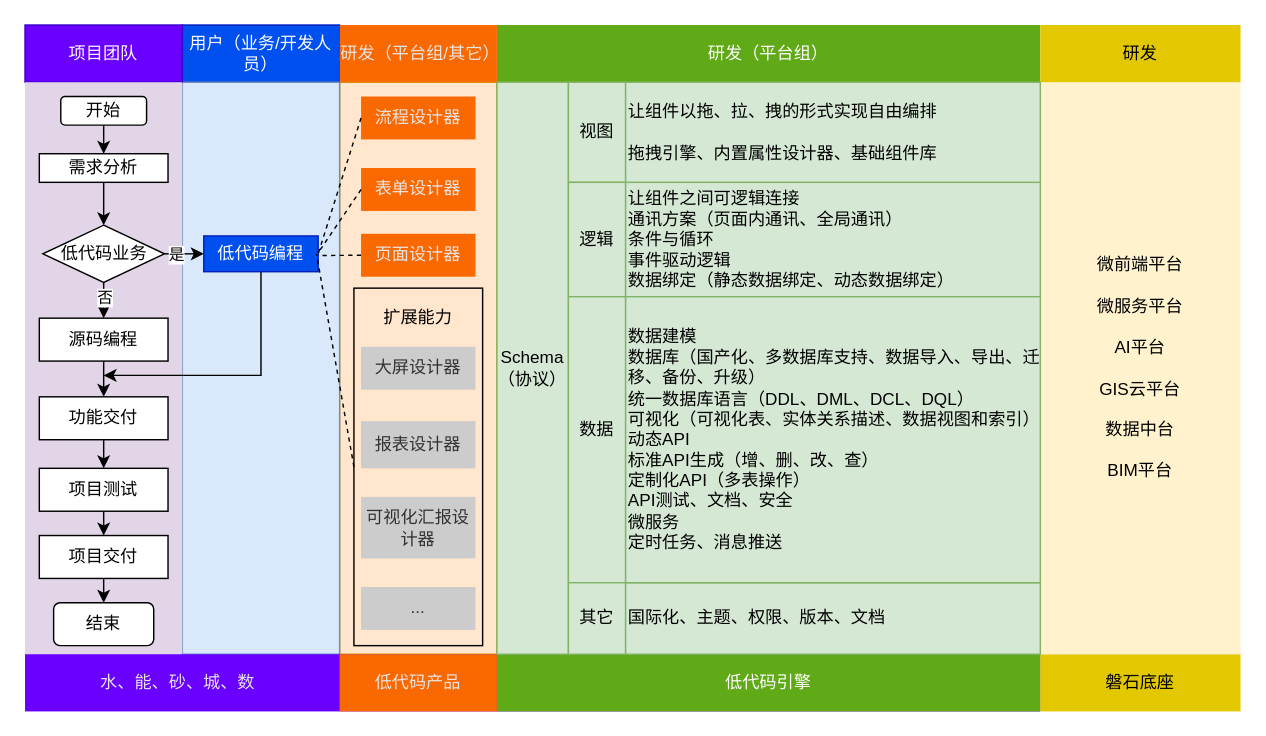
This is 低代码——泳道图.drawio from tangyaosimida/love, a draw.io file, before an edit. Source tidied: cells renumbered, new cells numbered last; positions are measured from the earlier drawing's top-left corner, leaving out a move shared by most shapes. Both pictures are drawn from the tidied source at 143%, with x=0, y=0 at pixel (24, 24).
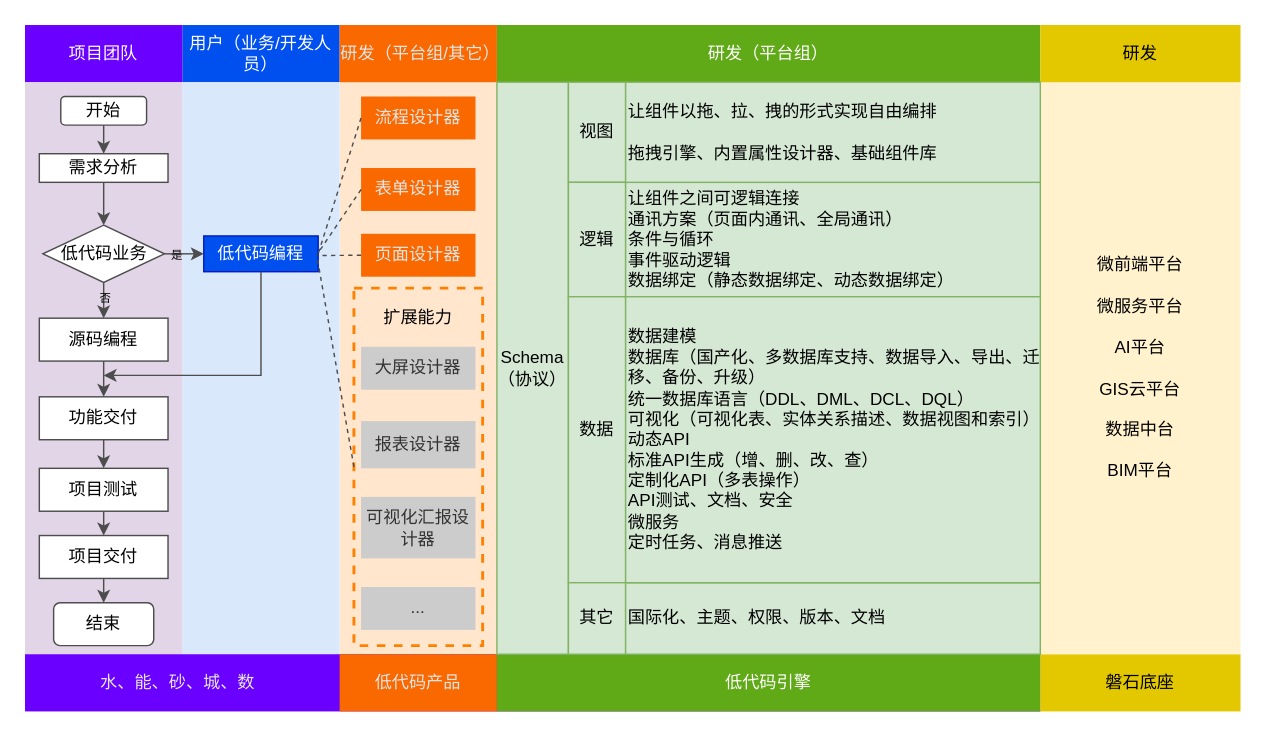
Above is the later version.

Commit message:
更新低代码——泳道图.drawio

The change refers to these unchanged cells:
```xml
<mxCell id="26" value="低代码编程" style="rounded=0;whiteSpace=wrap;html=1;fillColor=#0050ef;fontColor=#ffffff;strokeColor=#001DBC;" parent="1" vertex="1">
  <mxGeometry x="125" y="147.5" width="80" height="25" as="geometry" />
</mxCell>
<mxCell id="30" value="流程设计器" style="rounded=0;whiteSpace=wrap;html=1;fillColor=#fa6800;fontColor=#E6E6E6;strokeColor=none;" parent="1" vertex="1">
  <mxGeometry x="235" y="50" width="80" height="30" as="geometry" />
</mxCell>
<mxCell id="31" value="表单设计器" style="rounded=0;whiteSpace=wrap;html=1;fillColor=#fa6800;fontColor=#E6E6E6;strokeColor=none;" parent="1" vertex="1">
  <mxGeometry x="235" y="100" width="80" height="30" as="geometry" />
</mxCell>
<mxCell id="32" value="页面设计器" style="rounded=0;whiteSpace=wrap;html=1;fillColor=#fa6800;fontColor=#E6E6E6;strokeColor=none;" parent="1" vertex="1">
  <mxGeometry x="235" y="146" width="80" height="30" as="geometry" />
</mxCell>
```

The edit, as a diff of the source:
```diff
@@
-    <mxCell id="2" style="rounded=0;whiteSpace=wrap;html=1;fillColor=#ffe6cc;strokeColor=#d79b00;" parent="1" vertex="1">
+    <mxCell id="2" style="rounded=0;whiteSpace=wrap;html=1;fillColor=#ffe6cc;strokeColor=none;" parent="1" vertex="1">
       <mxGeometry x="220" y="40" width="110" height="400" as="geometry" />
     </mxCell>
-    <mxCell id="3" style="rounded=0;whiteSpace=wrap;html=1;fillColor=none;" parent="1" vertex="1">
+    <mxCell id="3" style="rounded=0;whiteSpace=wrap;html=1;fillColor=none;dashed=1;strokeColor=#FF8000;strokeWidth=2;" parent="1" vertex="1">
       <mxGeometry x="230" y="184" width="90" height="250" as="geometry" />
     </mxCell>
@@
-    <mxCell id="5" value="用户（业务/开发人员）" style="rounded=0;whiteSpace=wrap;html=1;fillColor=#0050ef;fontColor=#ffffff;strokeColor=#001DBC;" parent="1" vertex="1">
+    <mxCell id="5" value="用户（业务/开发人员）" style="rounded=0;whiteSpace=wrap;html=1;fillColor=#0050ef;fontColor=#ffffff;strokeColor=none;" parent="1" vertex="1">
       <mxGeometry x="110" width="110" height="40" as="geometry" />
     </mxCell>
@@
-    <mxCell id="7" style="rounded=0;whiteSpace=wrap;html=1;fillColor=#dae8fc;strokeColor=#6c8ebf;" parent="1" vertex="1">
+    <mxCell id="7" style="rounded=0;whiteSpace=wrap;html=1;fillColor=#dae8fc;strokeColor=none;" parent="1" vertex="1">
       <mxGeometry x="110" y="40" width="110" height="400" as="geometry" />
     </mxCell>
-    <mxCell id="8" value="项目团队" style="rounded=0;whiteSpace=wrap;html=1;fillColor=#6a00ff;strokeColor=#3700CC;fontColor=#ffffff;" parent="1" vertex="1">
+    <mxCell id="8" value="项目团队" style="rounded=0;whiteSpace=wrap;html=1;fillColor=#6a00ff;strokeColor=none;fontColor=#ffffff;" parent="1" vertex="1">
       <mxGeometry width="110" height="40" as="geometry" />
     </mxCell>
@@
-    <mxCell id="10" value="开始" style="rounded=1;whiteSpace=wrap;html=1;" parent="1" vertex="1">
+    <mxCell id="10" value="开始" style="rounded=1;whiteSpace=wrap;html=1;strokeColor=#4D4D4D;" parent="1" vertex="1">
       <mxGeometry x="25" y="50" width="60" height="20" as="geometry" />
     </mxCell>
-    <mxCell id="11" value="低代码业务" style="rhombus;whiteSpace=wrap;html=1;" parent="1" vertex="1">
+    <mxCell id="11" value="低代码业务" style="rhombus;whiteSpace=wrap;html=1;strokeColor=#4D4D4D;" parent="1" vertex="1">
       <mxGeometry x="12.5" y="140" width="85" height="40" as="geometry" />
     </mxCell>
-    <mxCell id="12" value="需求分析" style="rounded=0;whiteSpace=wrap;html=1;" parent="1" vertex="1">
+    <mxCell id="12" value="需求分析" style="rounded=0;whiteSpace=wrap;html=1;strokeColor=#4D4D4D;" parent="1" vertex="1">
       <mxGeometry x="10" y="90" width="90" height="20" as="geometry" />
     </mxCell>
-    <mxCell id="13" value="结束" style="rounded=1;whiteSpace=wrap;html=1;" parent="1" vertex="1">
+    <mxCell id="13" value="结束" style="rounded=1;whiteSpace=wrap;html=1;strokeColor=#4D4D4D;" parent="1" vertex="1">
       <mxGeometry x="20" y="404" width="70" height="30" as="geometry" />
     </mxCell>
-    <mxCell id="14" value="项目测试" style="rounded=0;whiteSpace=wrap;html=1;" parent="1" vertex="1">
+    <mxCell id="14" value="项目测试" style="rounded=0;whiteSpace=wrap;html=1;strokeColor=#4D4D4D;" parent="1" vertex="1">
       <mxGeometry x="10" y="310" width="90" height="30" as="geometry" />
     </mxCell>
-    <mxCell id="15" value="源码编程" style="rounded=0;whiteSpace=wrap;html=1;" parent="1" vertex="1">
+    <mxCell id="15" value="源码编程" style="rounded=0;whiteSpace=wrap;html=1;strokeColor=#4D4D4D;" parent="1" vertex="1">
       <mxGeometry x="10" y="205" width="90" height="30" as="geometry" />
     </mxCell>
-    <mxCell id="16" value="项目交付" style="rounded=0;whiteSpace=wrap;html=1;" parent="1" vertex="1">
+    <mxCell id="16" value="项目交付" style="rounded=0;whiteSpace=wrap;html=1;strokeColor=#4D4D4D;" parent="1" vertex="1">
       <mxGeometry x="10" y="357" width="90" height="30" as="geometry" />
     </mxCell>
-    <mxCell id="17" style="endArrow=classic;html=1;rounded=0;exitX=0.5;exitY=1;exitDx=0;exitDy=0;" parent="1" edge="1" source="10" target="12">
+    <mxCell id="17" style="endArrow=classic;html=1;rounded=0;exitX=0.5;exitY=1;exitDx=0;exitDy=0;strokeColor=#4D4D4D;" parent="1" edge="1" source="10" target="12">
       <mxGeometry relative="1" as="geometry" />
     </mxCell>
-    <mxCell id="18" style="endArrow=classic;html=1;rounded=0;exitX=0.5;exitY=1;exitDx=0;exitDy=0;entryX=0.5;entryY=0;entryDx=0;entryDy=0;" parent="1" edge="1" source="12" target="11">
+    <mxCell id="18" style="endArrow=classic;html=1;rounded=0;exitX=0.5;exitY=1;exitDx=0;exitDy=0;entryX=0.5;entryY=0;entryDx=0;entryDy=0;strokeColor=#4D4D4D;" parent="1" edge="1" source="12" target="11">
       <mxGeometry relative="1" as="geometry" />
     </mxCell>
-    <mxCell id="19" style="endArrow=classic;html=1;rounded=0;exitX=0.5;exitY=1;exitDx=0;exitDy=0;" parent="1" edge="1" source="11" target="15">
+    <mxCell id="19" style="endArrow=classic;html=1;rounded=0;exitX=0.5;exitY=1;exitDx=0;exitDy=0;strokeColor=#4D4D4D;" parent="1" edge="1" source="11" target="15">
       <mxGeometry relative="1" as="geometry" />
     </mxCell>
-    <mxCell id="20" value="否" style="edgeLabel;html=1;align=center;verticalAlign=middle;" parent="19" vertex="1">
+    <mxCell id="20" value="否" style="edgeLabel;html=1;align=center;verticalAlign=middle;labelBackgroundColor=none;fontSize=8;" parent="19" vertex="1">
       <mxGeometry x="-0.22" relative="1" as="geometry" />
     </mxCell>
-    <mxCell id="21" style="endArrow=classic;html=1;rounded=0;exitX=0.5;exitY=1;exitDx=0;exitDy=0;entryX=0.5;entryY=0;entryDx=0;entryDy=0;" parent="1" edge="1" source="15" target="24">
+    <mxCell id="21" style="endArrow=classic;html=1;rounded=0;exitX=0.5;exitY=1;exitDx=0;exitDy=0;entryX=0.5;entryY=0;entryDx=0;entryDy=0;strokeColor=#4D4D4D;" parent="1" edge="1" source="15" target="24">
       <mxGeometry relative="1" as="geometry" />
     </mxCell>
-    <mxCell id="22" style="endArrow=classic;html=1;rounded=0;exitX=0.5;exitY=1;exitDx=0;exitDy=0;entryX=0.5;entryY=0;entryDx=0;entryDy=0;" parent="1" edge="1" source="14" target="16">
+    <mxCell id="22" style="endArrow=classic;html=1;rounded=0;exitX=0.5;exitY=1;exitDx=0;exitDy=0;entryX=0.5;entryY=0;entryDx=0;entryDy=0;strokeColor=#4D4D4D;" parent="1" edge="1" source="14" target="16">
       <mxGeometry relative="1" as="geometry" />
     </mxCell>
-    <mxCell id="23" style="endArrow=classic;html=1;rounded=0;exitX=0.5;exitY=1;exitDx=0;exitDy=0;entryX=0.5;entryY=0;entryDx=0;entryDy=0;" parent="1" edge="1" source="16" target="13">
+    <mxCell id="23" style="endArrow=classic;html=1;rounded=0;exitX=0.5;exitY=1;exitDx=0;exitDy=0;entryX=0.5;entryY=0;entryDx=0;entryDy=0;strokeColor=#4D4D4D;" parent="1" edge="1" source="16" target="13">
       <mxGeometry relative="1" as="geometry" />
     </mxCell>
-    <mxCell id="24" value="功能交付" style="rounded=0;whiteSpace=wrap;html=1;" parent="1" vertex="1">
+    <mxCell id="24" value="功能交付" style="rounded=0;whiteSpace=wrap;html=1;strokeColor=#4D4D4D;" parent="1" vertex="1">
       <mxGeometry x="10" y="260" width="90" height="30" as="geometry" />
     </mxCell>
-    <mxCell id="25" style="endArrow=classic;html=1;rounded=0;exitX=0.5;exitY=1;exitDx=0;exitDy=0;entryX=0.5;entryY=0;entryDx=0;entryDy=0;" parent="1" edge="1" source="24" target="14">
+    <mxCell id="25" style="endArrow=classic;html=1;rounded=0;exitX=0.5;exitY=1;exitDx=0;exitDy=0;entryX=0.5;entryY=0;entryDx=0;entryDy=0;strokeColor=#4D4D4D;" parent="1" edge="1" source="24" target="14">
       <mxGeometry relative="1" as="geometry" />
     </mxCell>
@@
-    <mxCell id="27" style="endArrow=classic;html=1;rounded=0;exitX=0.5;exitY=1;exitDx=0;exitDy=0;" parent="1" edge="1" source="26">
+    <mxCell id="27" style="endArrow=classic;html=1;rounded=0;exitX=0.5;exitY=1;exitDx=0;exitDy=0;strokeColor=#4D4D4D;" parent="1" edge="1" source="26">
       <mxGeometry relative="1" as="geometry">
         <mxPoint x="55" y="245" as="targetPoint" />
         <Array as="points">
           <mxPoint x="165" y="245" />
         </Array>
       </mxGeometry>
     </mxCell>
-    <mxCell id="28" style="endArrow=classic;html=1;rounded=0;entryX=0;entryY=0.5;entryDx=0;entryDy=0;exitX=1;exitY=0.5;exitDx=0;exitDy=0;" parent="1" edge="1" source="11" target="26">
+    <mxCell id="28" style="endArrow=classic;html=1;rounded=0;entryX=0;entryY=0.5;entryDx=0;entryDy=0;exitX=1;exitY=0.5;exitDx=0;exitDy=0;strokeColor=#4D4D4D;" parent="1" edge="1" source="11" target="26">
       <mxGeometry relative="1" as="geometry" />
     </mxCell>
-    <mxCell id="29" value="是" style="edgeLabel;html=1;align=center;verticalAlign=middle;" parent="28" vertex="1">
+    <mxCell id="29" value="是" style="edgeLabel;html=1;align=center;verticalAlign=middle;labelBackgroundColor=none;fontSize=8;" parent="28" vertex="1">
       <mxGeometry x="-0.45" relative="1" as="geometry" />
     </mxCell>
@@
-    <mxCell id="49" style="endArrow=none;dashed=1;html=1;rounded=0;entryX=1;entryY=0.5;entryDx=0;entryDy=0;exitX=0;exitY=0.5;exitDx=0;exitDy=0;" parent="1" edge="1" source="30" target="26">
+    <mxCell id="49" style="endArrow=none;dashed=1;html=1;rounded=0;entryX=1;entryY=0.5;entryDx=0;entryDy=0;exitX=0;exitY=0.5;exitDx=0;exitDy=0;strokeColor=#4D4D4D;" parent="1" edge="1" source="30" target="26">
       <mxGeometry relative="1" as="geometry" />
     </mxCell>
-    <mxCell id="50" style="endArrow=none;dashed=1;html=1;rounded=0;exitX=0;exitY=0.5;exitDx=0;exitDy=0;entryX=1.009;entryY=0.428;entryDx=0;entryDy=0;entryPerimeter=0;" parent="1" edge="1" source="31" target="26">
+    <mxCell id="50" style="endArrow=none;dashed=1;html=1;rounded=0;exitX=0;exitY=0.5;exitDx=0;exitDy=0;entryX=1.009;entryY=0.428;entryDx=0;entryDy=0;entryPerimeter=0;strokeColor=#4D4D4D;" parent="1" edge="1" source="31" target="26">
       <mxGeometry relative="1" as="geometry" />
     </mxCell>
-    <mxCell id="51" style="endArrow=none;dashed=1;html=1;rounded=0;exitX=0;exitY=0.5;exitDx=0;exitDy=0;entryX=1;entryY=0.5;entryDx=0;entryDy=0;" parent="1" edge="1" source="32">
+    <mxCell id="51" style="endArrow=none;dashed=1;html=1;rounded=0;exitX=0;exitY=0.5;exitDx=0;exitDy=0;entryX=1;entryY=0.5;entryDx=0;entryDy=0;strokeColor=#4D4D4D;" parent="1" edge="1" source="32">
       <mxGeometry relative="1" as="geometry">
         <mxPoint x="205" y="161.2" as="targetPoint" />
         <Array as="points">
           <mxPoint x="231" y="161" />
         </Array>
       </mxGeometry>
     </mxCell>
-    <mxCell id="52" style="endArrow=none;dashed=1;html=1;rounded=0;exitX=0;exitY=0.5;exitDx=0;exitDy=0;entryX=0.986;entryY=0.507;entryDx=0;entryDy=0;entryPerimeter=0;" parent="1" edge="1" source="3" target="26">
+    <mxCell id="52" style="endArrow=none;dashed=1;html=1;rounded=0;exitX=0;exitY=0.5;exitDx=0;exitDy=0;entryX=0.986;entryY=0.507;entryDx=0;entryDy=0;entryPerimeter=0;strokeColor=#4D4D4D;" parent="1" edge="1" source="3" target="26">
       <mxGeometry relative="1" as="geometry" />
     </mxCell>
@@
-    <mxCell id="56" value="水、能、砂、城、数" style="text;html=1;align=center;verticalAlign=middle;whiteSpace=wrap;rounded=0;fontColor=#E6E6E6;" parent="1" vertex="1">
+    <mxCell id="56" value="水、能、砂、城、数" style="text;html=1;align=center;verticalAlign=middle;whiteSpace=wrap;rounded=0;fontColor=#E6E6E6;strokeColor=none;" parent="1" vertex="1">
       <mxGeometry x="12.5" y="445" width="187.5" height="30" as="geometry" />
     </mxCell>
```
